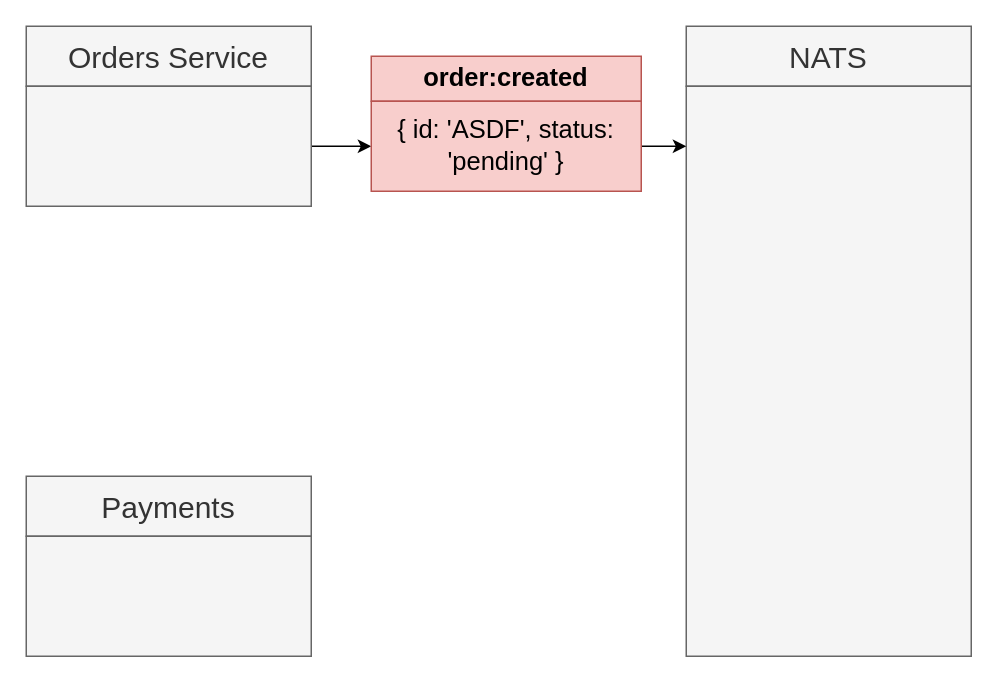
HappySuzuki/microservices-cast keeps this draw.io diagram as page "11 - enum" (11 of 15) of diagrams/06/01.drawio. Above is the earlier version. Source tidied: cells renumbered, new cells numbered last; positions are measured from the earlier drawing's top-left corner, leaving out a move shared by most shapes. Both pictures are drawn from the tidied source at 150%, with x=0, y=0 at pixel (26, 26).
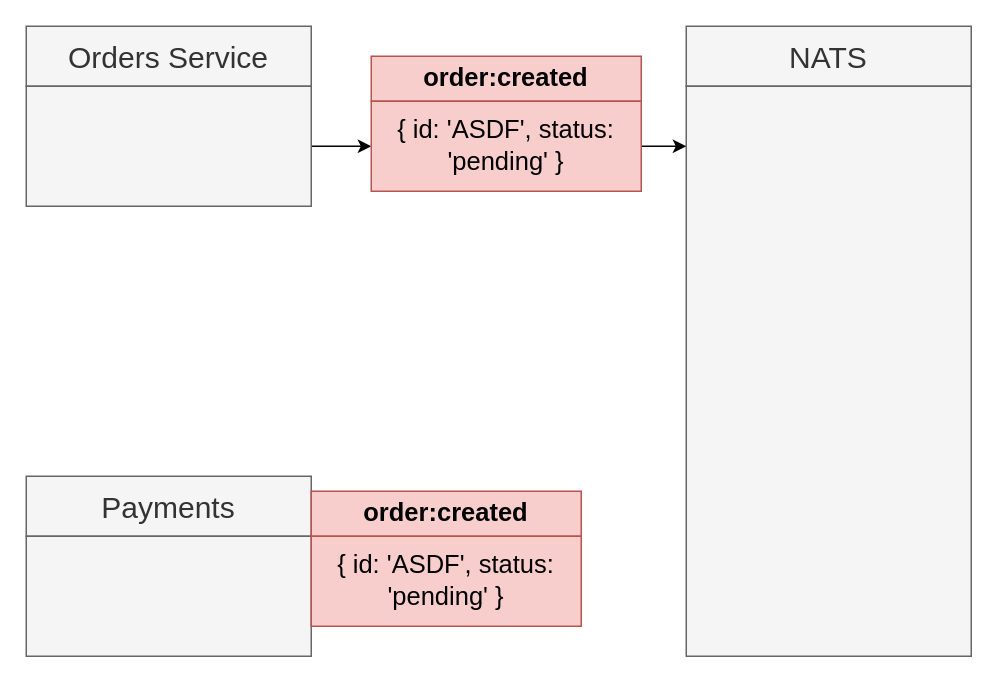
After the change.

The edit, as a diff of the source:
```diff
@@
 <mxGraphModel>
   <root>
     <mxCell id="0" />
     <mxCell id="1" parent="0" />
     <mxCell id="2" value="Orders Service" style="rounded=0;whiteSpace=wrap;html=1;fillColor=#f5f5f5;strokeColor=#666666;fontColor=#333333;fontSize=20;" parent="1" vertex="1">
       <mxGeometry width="190" height="40" as="geometry" />
     </mxCell>
     <mxCell id="3" style="edgeStyle=orthogonalEdgeStyle;rounded=0;jettySize=auto;html=1;exitX=1;exitY=0.5;exitDx=0;exitDy=0;fontSize=17;" parent="1" edge="1" source="4" target="11">
       <mxGeometry relative="1" as="geometry" />
     </mxCell>
     <mxCell id="4" style="rounded=0;whiteSpace=wrap;html=1;fillColor=#f5f5f5;strokeColor=#666666;fontColor=#333333;fontSize=20;" parent="1" vertex="1">
       <mxGeometry y="40" width="190" height="80" as="geometry" />
     </mxCell>
     <mxCell id="5" value="NATS" style="rounded=0;whiteSpace=wrap;html=1;fillColor=#f5f5f5;strokeColor=#666666;fontColor=#333333;fontSize=20;" parent="1" vertex="1">
       <mxGeometry x="440" width="190" height="40" as="geometry" />
     </mxCell>
     <mxCell id="6" style="rounded=0;whiteSpace=wrap;html=1;fillColor=#f5f5f5;strokeColor=#666666;fontColor=#333333;fontSize=20;" parent="1" vertex="1">
       <mxGeometry x="440" y="40" width="190" height="380" as="geometry" />
     </mxCell>
     <mxCell id="7" value="Payments" style="rounded=0;whiteSpace=wrap;html=1;fillColor=#f5f5f5;strokeColor=#666666;fontColor=#333333;fontSize=20;" parent="1" vertex="1">
       <mxGeometry y="300" width="190" height="40" as="geometry" />
     </mxCell>
     <mxCell id="8" style="rounded=0;whiteSpace=wrap;html=1;fillColor=#f5f5f5;strokeColor=#666666;fontColor=#333333;fontSize=20;" parent="1" vertex="1">
       <mxGeometry y="340" width="190" height="80" as="geometry" />
     </mxCell>
     <mxCell id="9" value="order:created" style="rounded=0;whiteSpace=wrap;html=1;fontSize=17;fillColor=#f8cecc;strokeColor=#b85450;fontStyle=1;" parent="1" vertex="1">
       <mxGeometry x="230" y="20" width="180" height="30" as="geometry" />
     </mxCell>
     <mxCell id="10" style="edgeStyle=orthogonalEdgeStyle;rounded=0;jettySize=auto;html=1;exitX=1;exitY=0.5;exitDx=0;exitDy=0;entryX=0;entryY=0.105;entryDx=0;entryDy=0;entryPerimeter=0;fontSize=17;" parent="1" edge="1" source="11" target="6">
       <mxGeometry relative="1" as="geometry" />
     </mxCell>
     <mxCell id="11" value="{ id: 'ASDF', status: 'pending' }" style="rounded=0;whiteSpace=wrap;html=1;fontSize=17;fillColor=#f8cecc;strokeColor=#b85450;" parent="1" vertex="1">
       <mxGeometry x="230" y="50" width="180" height="60" as="geometry" />
     </mxCell>
+    <mxCell id="12" value="order:created" style="rounded=0;whiteSpace=wrap;html=1;fontSize=17;fillColor=#f8cecc;strokeColor=#b85450;fontStyle=1;" parent="1" vertex="1">
+      <mxGeometry x="190" y="310" width="180" height="30" as="geometry" />
+    </mxCell>
+    <mxCell id="13" value="{ id: 'ASDF', status: 'pending' }" style="rounded=0;whiteSpace=wrap;html=1;fontSize=17;fillColor=#f8cecc;strokeColor=#b85450;" parent="1" vertex="1">
+      <mxGeometry x="190" y="340" width="180" height="60" as="geometry" />
+    </mxCell>
   </root>
 </mxGraphModel>
```
